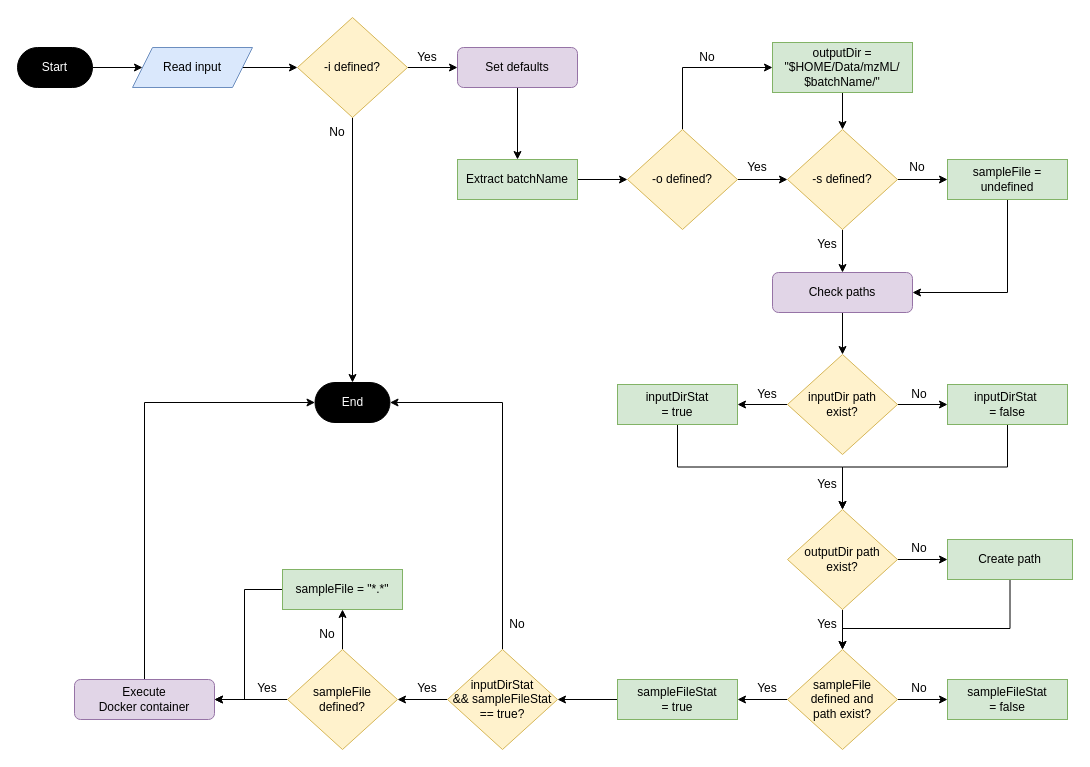
vimalnathnambiar/pwizConvert keeps this draw.io diagram as drawio/pwizConvert-flowchart.drawio. Above is the earlier version. Source tidied: cells renumbered, new cells numbered last; positions are measured from the earlier drawing's top-left corner, leaving out a move shared by most shapes. Both pictures are drawn from the tidied source at 100%, with x=0, y=0 at pixel (17, 17).
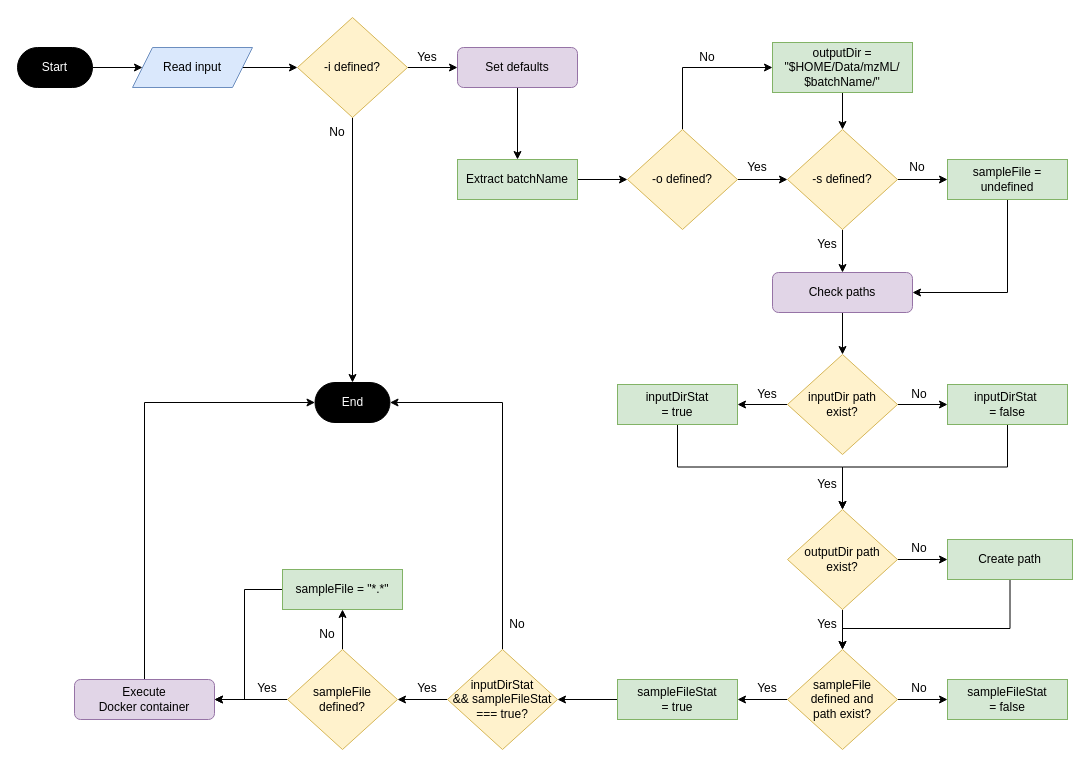
The same diagram, later.

Change to the diagram source:
```diff
@@
-    <mxCell id="55" value="inputDirStat &lt;br&gt;&amp;amp;&amp;amp; sampleFileStat == true?" style="rhombus;whiteSpace=wrap;html=1;fillColor=#fff2cc;strokeColor=#d6b656;" parent="1" vertex="1">
+    <mxCell id="55" value="inputDirStat &lt;br&gt;&amp;amp;&amp;amp; sampleFileStat === true?" style="rhombus;whiteSpace=wrap;html=1;fillColor=#fff2cc;strokeColor=#d6b656;" parent="1" vertex="1">
       <mxGeometry x="430" y="632" width="110" height="100" as="geometry" />
     </mxCell>
```
